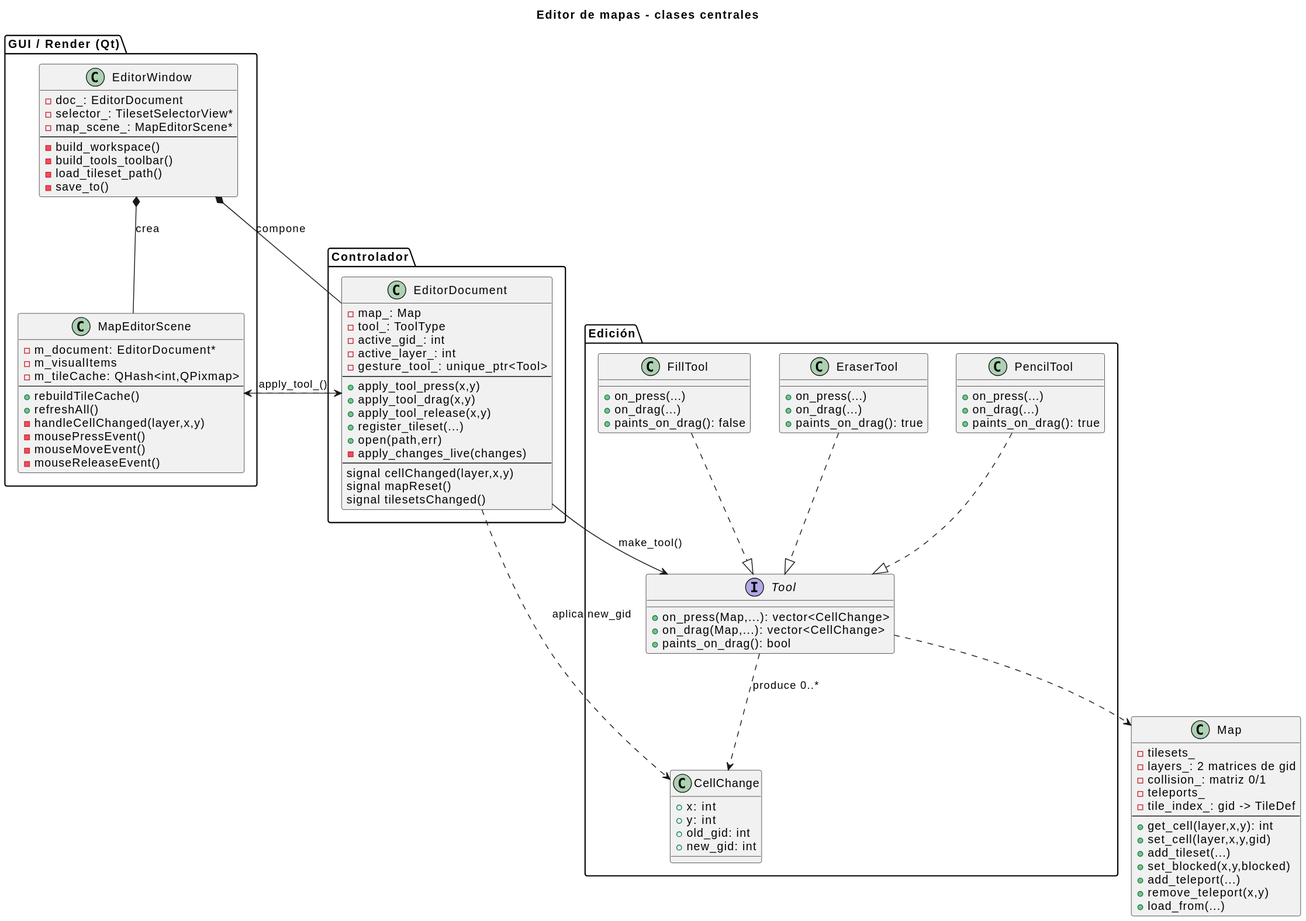
Above: docs/diagrams /editor/1.svg in juanbalella20/Tp---final-Taller-de-programacion- (PlantUML), before the change.
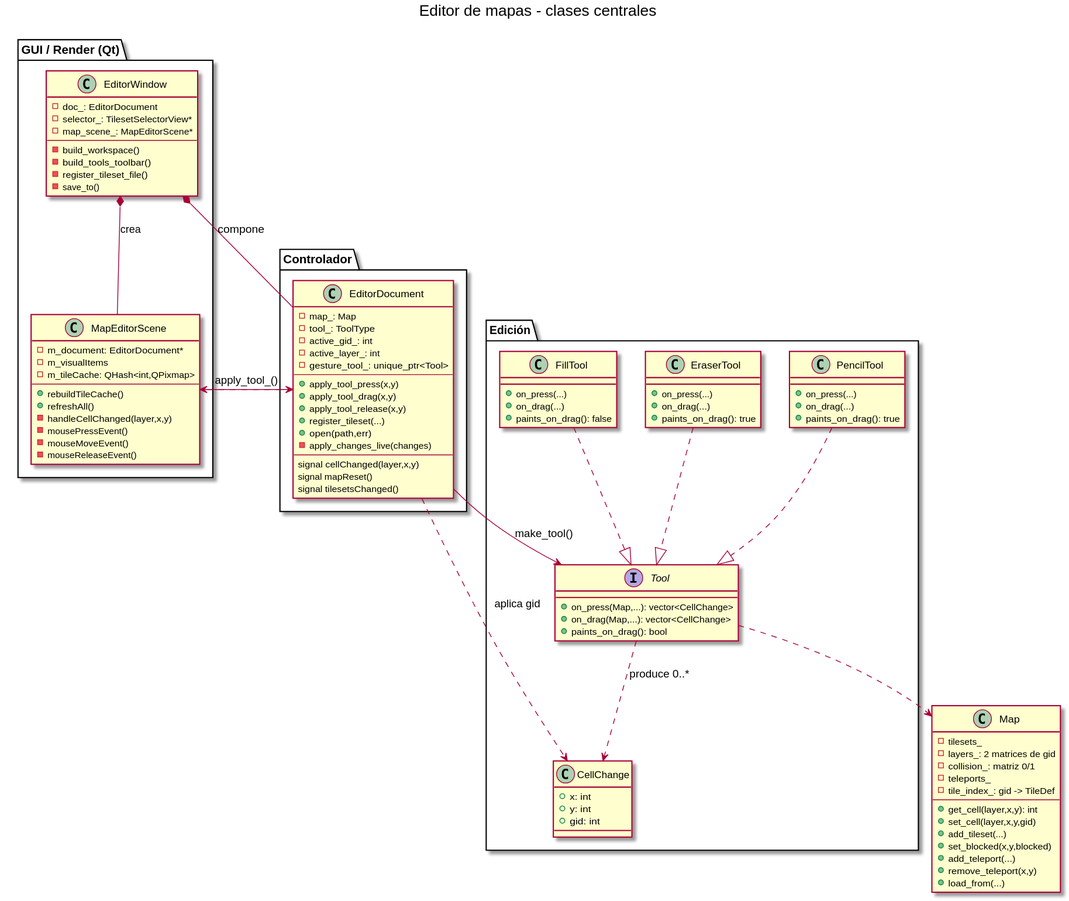
Above is the later version.

The edit, as a diff of the source:
```diff
@@ -9,7 +9,7 @@
     --
     - build_workspace()
     - build_tools_toolbar()
-    - load_tileset_path()
+    - register_tileset_file()
     - save_to()
   }
 
@@ -76,8 +76,7 @@
   class CellChange {
     + x: int
     + y: int
-    + old_gid: int
-    + new_gid: int
+    + gid: int
   }
 }
 
@@ -108,5 +107,6 @@
 
 Tool ..> Map
 Tool ..> CellChange : produce 0..*
-EditorDocument ..> CellChange : aplica new_gid
+EditorDocument ..> CellChange : aplica gid
+
 @enduml
```
